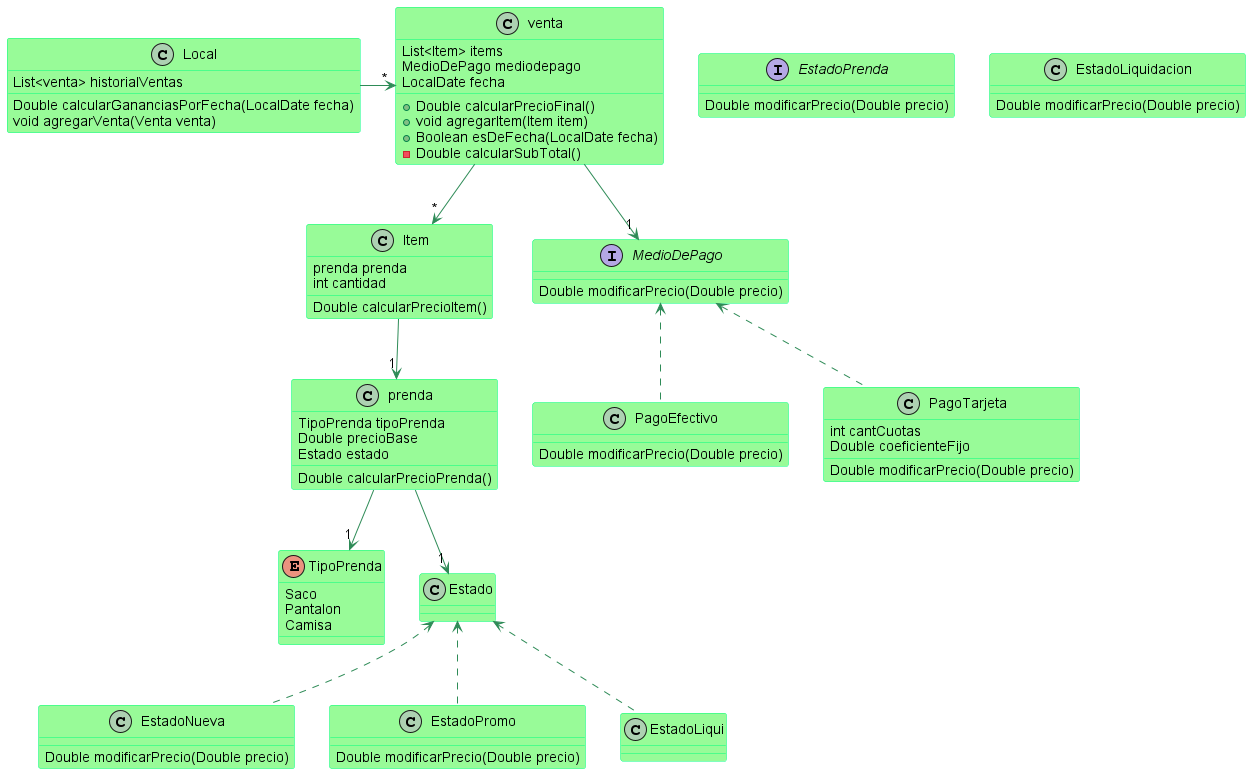
This is src/UMLDiagram.png from matiasmgh/TP_DIAGNOSTICO_DDS_2023, a PlantUML export, as it was before one commit. Its diagram source:
```plantuml
@startuml

skinparam class {
BackgroundColor PaleGreen
ArrowColor SeaGreen
BorderColor SpringGreen
}

class Local{
  List<venta> historialVentas
  Double calcularGananciasPorFecha(LocalDate fecha)
  void agregarVenta(Venta venta)
}

class venta{
  List<Item> items
  MedioDePago mediodepago
  LocalDate fecha
  + Double calcularPrecioFinal()
  + void agregarItem(Item item)
  + Boolean esDeFecha(LocalDate fecha)
  - Double calcularSubTotal()
}

Local -right->"*" venta

class Item{
  prenda prenda
  int cantidad
  Double calcularPrecioItem()
}

venta -->"*" Item

enum TipoPrenda{
  Saco
  Pantalon
  Camisa
}

prenda -->"1" TipoPrenda

class prenda{
  TipoPrenda tipoPrenda
  Double precioBase
  Estado estado
  Double calcularPrecioPrenda()
}

Item -->"1" prenda

interface EstadoPrenda{
  Double modificarPrecio(Double precio)
}

prenda -->"1" Estado

class EstadoNueva{
    Double modificarPrecio(Double precio)
}

class EstadoPromo{
  Double modificarPrecio(Double precio)
}

class EstadoLiquidacion{
    Double modificarPrecio(Double precio)
}

Estado <.- EstadoNueva
Estado <.- EstadoPromo
Estado <.- EstadoLiqui

interface MedioDePago{
  Double modificarPrecio(Double precio)
}

venta -->"1" MedioDePago

class PagoEfectivo{
    Double modificarPrecio(Double precio)
}


class PagoTarjeta{
  int cantCuotas
  Double coeficienteFijo
  Double modificarPrecio(Double precio)
}

MedioDePago <.- PagoEfectivo
MedioDePago <.- PagoTarjeta
@enduml
```
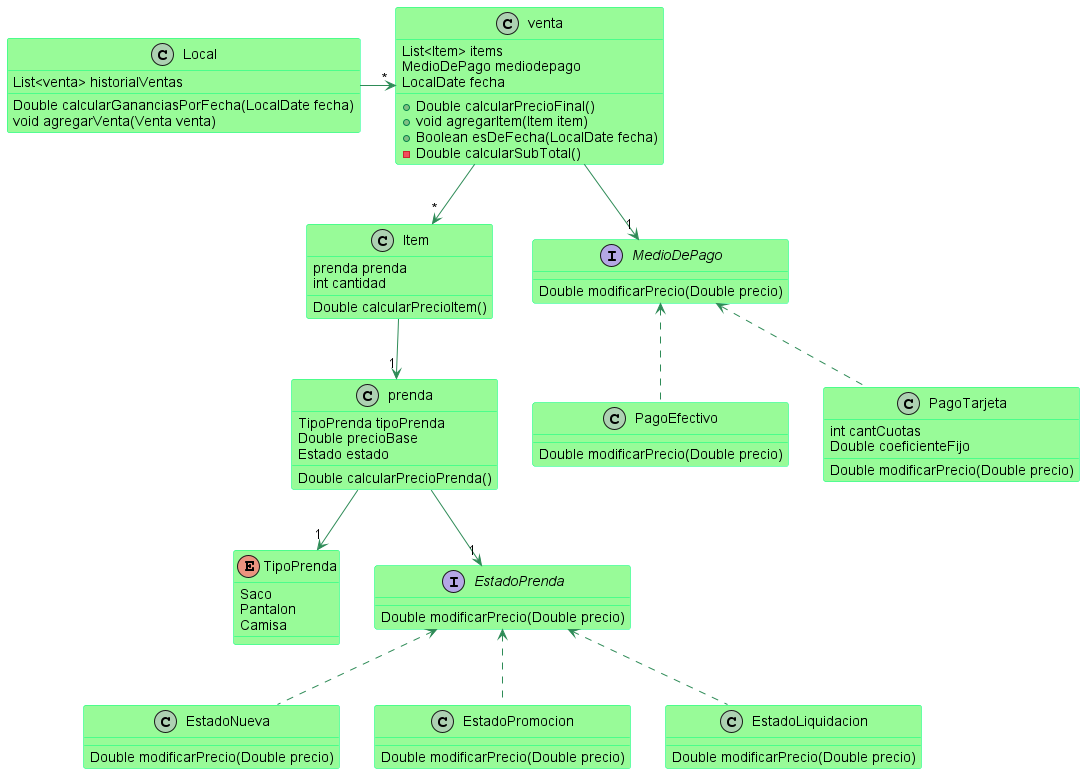
Above is the later version.

Commit message:
Se sube la imagen del Digrama UML con la interfaz EstadoPrenda

The edit, as a diff of the source:
```diff
@@ -53,13 +53,13 @@
   Double modificarPrecio(Double precio)
 }
 
-prenda -->"1" Estado
+prenda -->"1" EstadoPrenda
 
 class EstadoNueva{
     Double modificarPrecio(Double precio)
 }
 
-class EstadoPromo{
+class EstadoPromocion{
   Double modificarPrecio(Double precio)
 }
 
@@ -67,9 +67,9 @@
     Double modificarPrecio(Double precio)
 }
 
-Estado <.- EstadoNueva
-Estado <.- EstadoPromo
-Estado <.- EstadoLiqui
+EstadoPrenda <.- EstadoNueva
+EstadoPrenda <.- EstadoPromocion
+EstadoPrenda <.- EstadoLiquidacion
 
 interface MedioDePago{
   Double modificarPrecio(Double precio)
```
